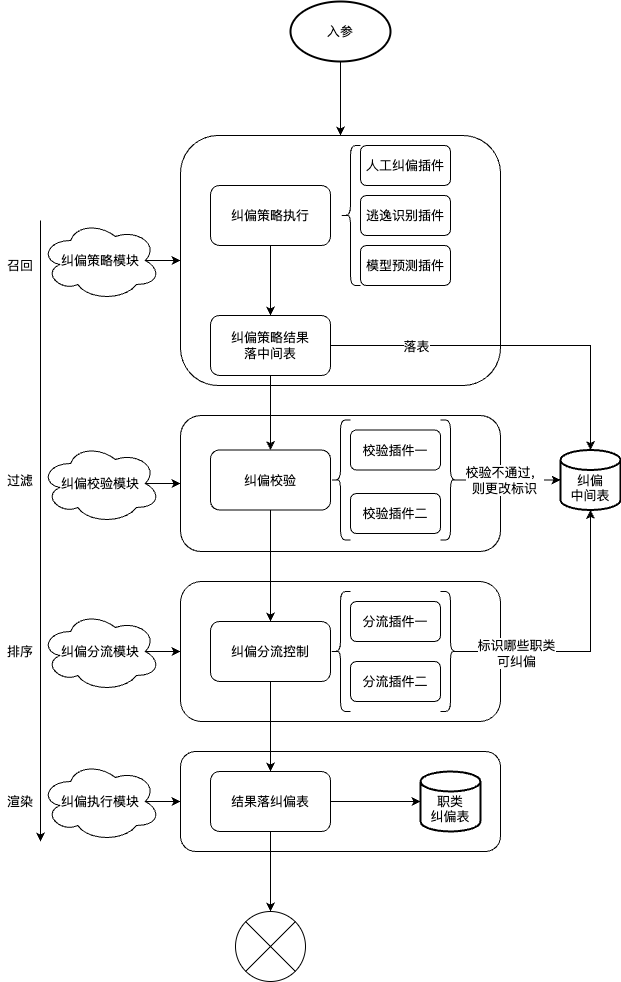
Above: work-draw-file/职类纠偏核心逻辑.png in liujunao/draw-data (draw.io), before the change. Source tidied: cells renumbered, new cells last; positions are measured from the earlier drawing's top-left corner, leaving out a move shared by most shapes.
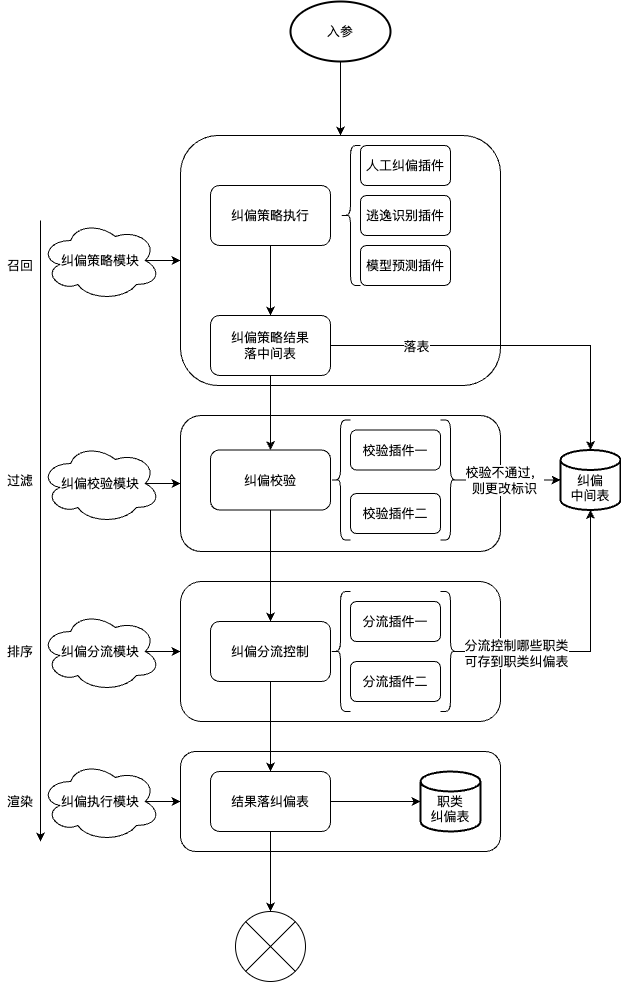
Later version of the same file.

Commit message:
更新职类纠偏核心逻辑.png

The edit, as a diff of the source:
```diff
@@ -156,7 +156,7 @@
     <mxCell id="50" style="edgeStyle=orthogonalEdgeStyle;rounded=0;jettySize=auto;html=1;exitX=0.1;exitY=0.5;exitDx=0;exitDy=0;exitPerimeter=0;entryX=0.5;entryY=1;entryDx=0;entryDy=0;entryPerimeter=0;" parent="1" edge="1" source="52" target="18">
       <mxGeometry relative="1" as="geometry" />
     </mxCell>
-    <mxCell id="51" value="标识哪些职类&lt;br style=&quot;border-color: var(--border-color);&quot;&gt;可纠偏" style="edgeLabel;html=1;align=center;verticalAlign=middle;" parent="50" vertex="1">
+    <mxCell id="51" value="分流控制哪些职类&lt;br&gt;可存到职类纠偏表" style="edgeLabel;html=1;align=center;verticalAlign=middle;" parent="50" vertex="1">
       <mxGeometry x="-0.59" y="-1" relative="1" as="geometry" />
     </mxCell>
     <mxCell id="52" style="shape=curlyBracket;whiteSpace=wrap;html=1;rounded=1;flipH=1;labelPosition=right;verticalLabelPosition=middle;align=left;verticalAlign=middle;" parent="1" vertex="1">
```
